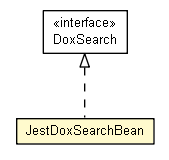
This is doxdb-ejb/apidocs/net/trajano/doxdb/ejb/jest/JestDoxSearchBean.png from trajano/doxdb, a Graphviz export, as it was before one commit. Its source is kept beside it as doxdb-ejb/apidocs/net/trajano/doxdb/ejb/jest/JestDoxSearchBean.dot.
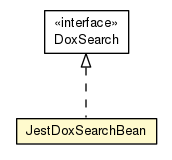
Later version of the same file.

Change to the diagram source:
```diff
@@ -1,19 +1,19 @@
 
 digraph G {
-	edge [fontname="arial",fontsize=10,labelfontname="arial",labelfontsize=10];
-	node [fontname="arial",fontsize=10,shape=plaintext];
+	edge [fontname="Helvetica",fontsize=10,labelfontname="Helvetica",labelfontsize=10];
+	node [fontname="Helvetica",fontsize=10,shape=plaintext];
 	nodesep=0.25;
 	ranksep=0.5;
-	c10 [label=<<table title="net.trajano.doxdb.ejb.jest.JestDoxSearchBean" border="0" cellborder="1" cellspacing="0" cellpadding="2" port="p" bgcolor="lemonChiffon" href="./JestDoxSearchBean.html">
+	c5 [label=<<table title="net.trajano.doxdb.ejb.jest.JestDoxSearchBean" border="0" cellborder="1" cellspacing="0" cellpadding="2" port="p" bgcolor="lemonChiffon" href="./JestDoxSearchBean.html">
 		<tr><td><table border="0" cellspacing="0" cellpadding="1">
 <tr><td align="center" balign="center"> JestDoxSearchBean </td></tr>
 		</table></td></tr>
-		</table>>, URL="./JestDoxSearchBean.html", fontname="arial", fontcolor="black", fontsize=10.0];
-	c11:p -> c10:p [dir=back,arrowtail=empty,style=dashed];
+		</table>>, URL="./JestDoxSearchBean.html", fontname="Helvetica", fontcolor="black", fontsize=10.0];
+	c11:p -> c5:p [dir=back,arrowtail=empty,style=dashed];
 	c11 [label=<<table title="net.trajano.doxdb.ext.DoxSearch" border="0" cellborder="1" cellspacing="0" cellpadding="2" port="p" href="http://java.sun.com/j2se/1.4.2/docs/api/net/trajano/doxdb/ext/DoxSearch.html">
 		<tr><td><table border="0" cellspacing="0" cellpadding="1">
 <tr><td align="center" balign="center"> &#171;interface&#187; </td></tr>
 <tr><td align="center" balign="center"> DoxSearch </td></tr>
 		</table></td></tr>
-		</table>>, URL="http://java.sun.com/j2se/1.4.2/docs/api/net/trajano/doxdb/ext/DoxSearch.html", fontname="arial", fontcolor="black", fontsize=10.0];
+		</table>>, URL="http://java.sun.com/j2se/1.4.2/docs/api/net/trajano/doxdb/ext/DoxSearch.html", fontname="Helvetica", fontcolor="black", fontsize=10.0];
 }
```
